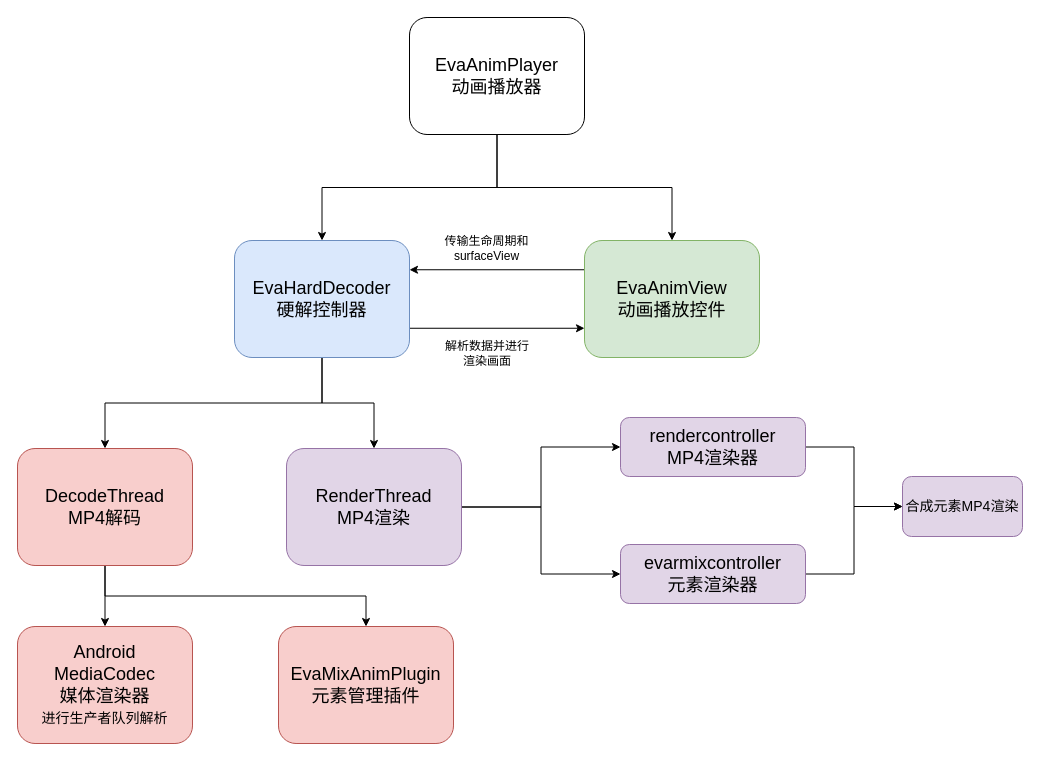
Before: page "Page-2" (2 of 4) of YYEVA.drawio in cangwang/news, a draw.io diagram. Source tidied: cells renumbered, new cells numbered last; positions are measured from the earlier drawing's top-left corner, leaving out a move shared by most shapes. Both pictures are drawn from the tidied source at 100%, with x=0, y=0 at pixel (17, 17).
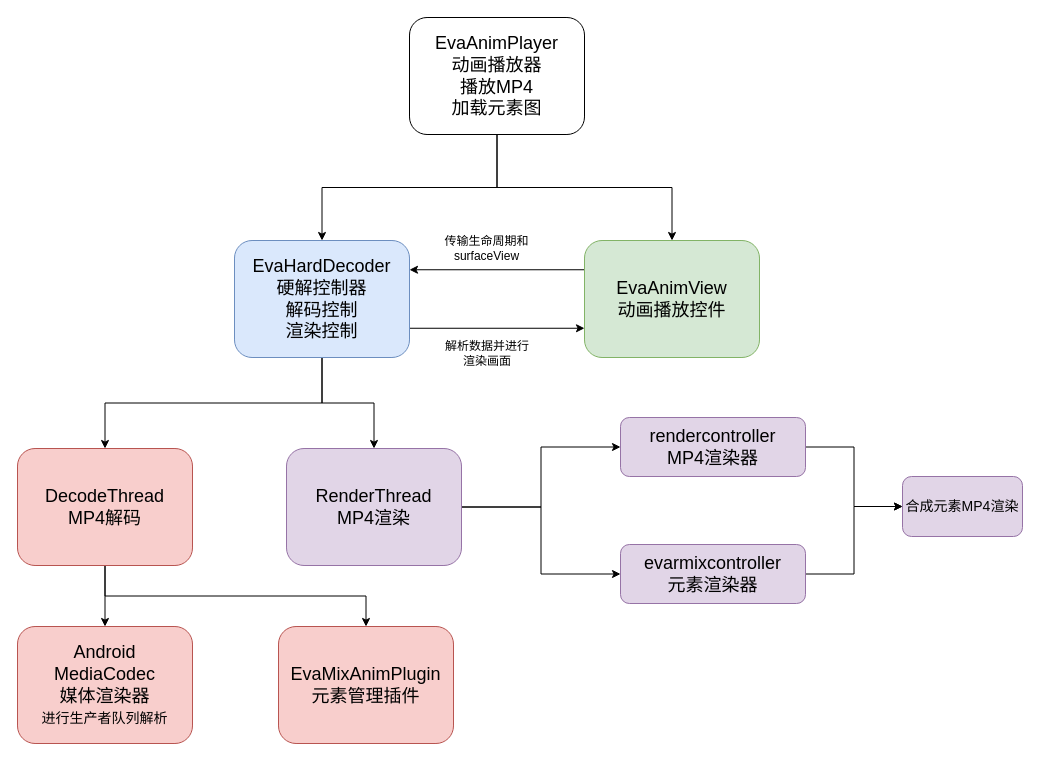
The same page after the edit.

What changed in the source:
```diff
@@
-    <mxCell id="5" value="EvaHardDecoder&lt;br&gt;硬解控制器" style="rounded=1;whiteSpace=wrap;html=1;fontSize=18;fillColor=#dae8fc;strokeColor=#6c8ebf;" parent="1" vertex="1">
+    <mxCell id="5" value="EvaHardDecoder&lt;br&gt;硬解控制器&lt;br&gt;解码控制&lt;br&gt;渲染控制" style="rounded=1;whiteSpace=wrap;html=1;fontSize=18;fillColor=#dae8fc;strokeColor=#6c8ebf;" parent="1" vertex="1">
       <mxGeometry x="217" y="223" width="175" height="117" as="geometry" />
     </mxCell>
@@
-    <mxCell id="8" value="EvaAnimPlayer&lt;br&gt;动画播放器" style="rounded=1;whiteSpace=wrap;html=1;fontSize=18;fillColor=default;" parent="1" vertex="1">
+    <mxCell id="8" value="EvaAnimPlayer&lt;br&gt;动画播放器&lt;br&gt;播放MP4&lt;br&gt;加载元素图" style="rounded=1;whiteSpace=wrap;html=1;fontSize=18;fillColor=default;" parent="1" vertex="1">
       <mxGeometry x="392" width="175" height="117" as="geometry" />
     </mxCell>
```
